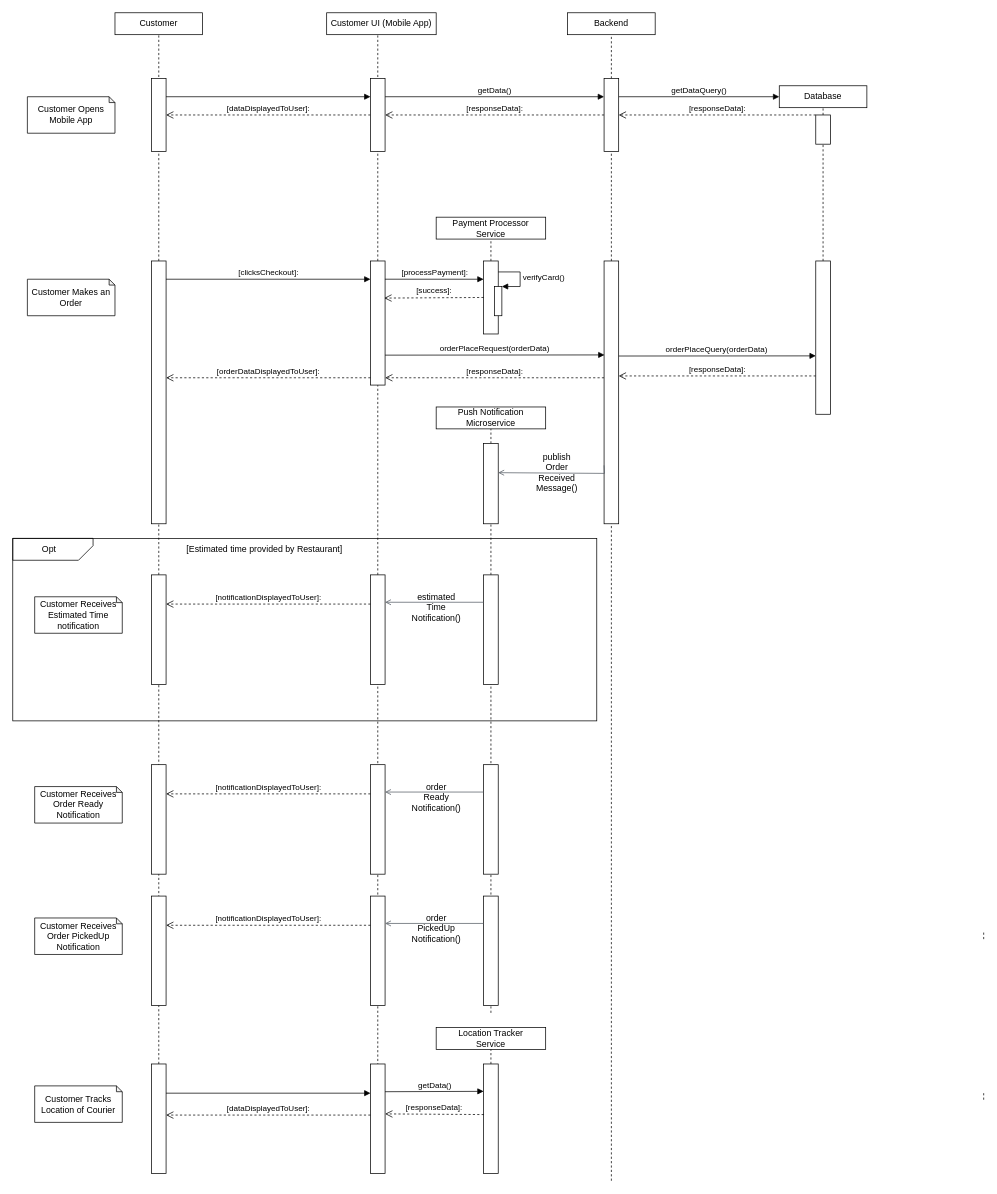
The draw.io diagram CustomerSequenceDiagram.drawio in jahan19011noor/university_project, before the edit. Source tidied: cells renumbered, new cells numbered last; positions are measured from the earlier drawing's top-left corner, leaving out a move shared by most shapes. Both pictures are drawn from the tidied source at 73%, with x=0, y=0 at pixel (12, 12).
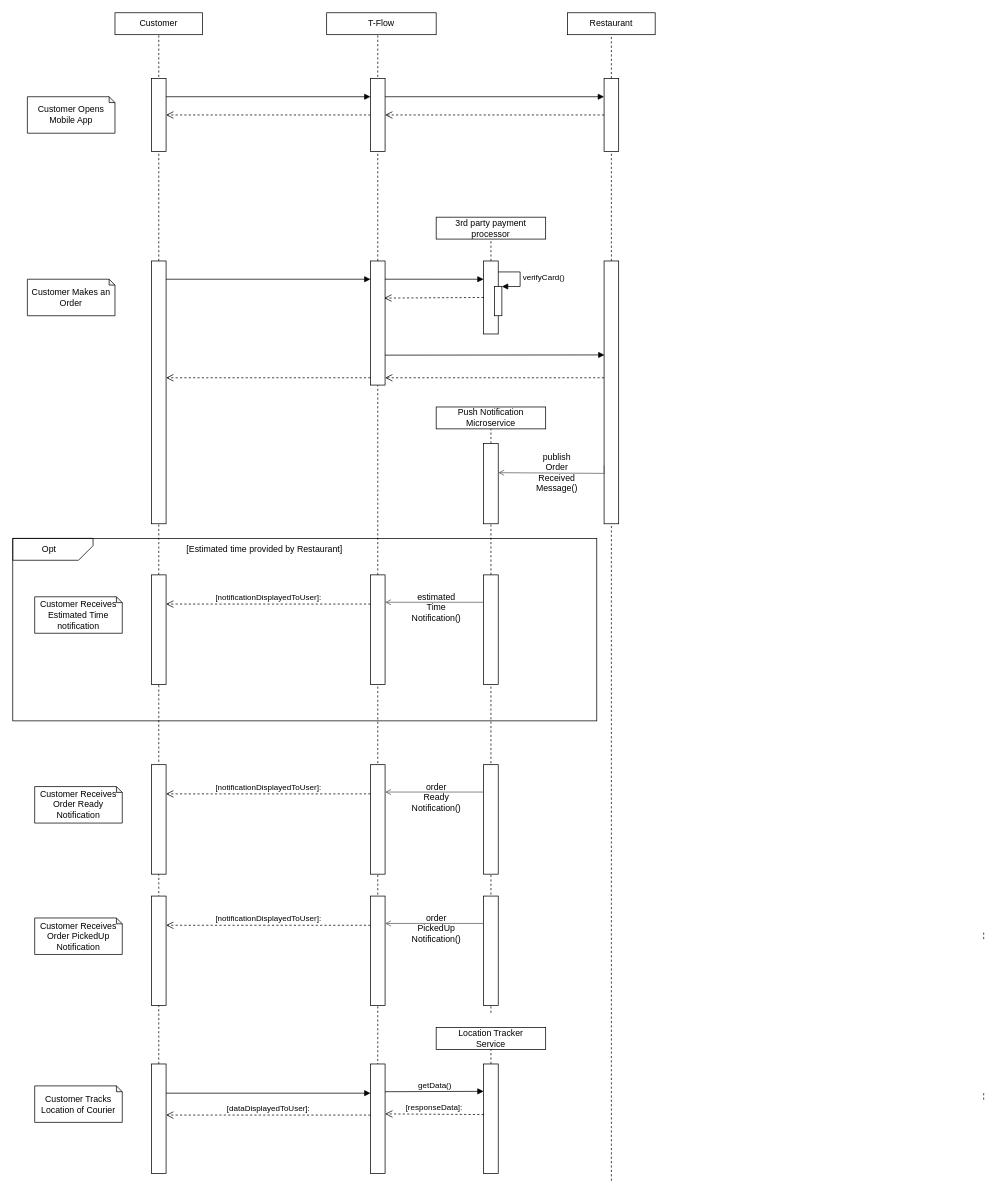
After the change.

The change refers to these unchanged cells:
```xml
<mxCell id="7" style="rounded=0;whiteSpace=wrap;html=1;" parent="1" vertex="1">
  <mxGeometry x="190" y="90" width="20" height="100" as="geometry" />
</mxCell>
<mxCell id="17" style="rounded=0;whiteSpace=wrap;html=1;" parent="1" vertex="1">
  <mxGeometry x="490" y="90" width="20" height="100" as="geometry" />
</mxCell>
<mxCell id="21" style="rounded=0;whiteSpace=wrap;html=1;" parent="1" vertex="1">
  <mxGeometry x="490" y="340" width="20" height="170" as="geometry" />
</mxCell>
<mxCell id="24" style="rounded=0;whiteSpace=wrap;html=1;" parent="1" vertex="1">
  <mxGeometry x="645" y="340" width="20" height="100" as="geometry" />
</mxCell>
<mxCell id="39" style="rounded=0;whiteSpace=wrap;html=1;" parent="1" vertex="1">
  <mxGeometry x="810" y="90" width="20" height="100" as="geometry" />
</mxCell>
```

The edit, as a diff of the source:
```diff
@@
-    <mxCell id="3" value="Customer UI (Mobile App)" style="rounded=0;whiteSpace=wrap;html=1;" parent="1" vertex="1">
+    <mxCell id="3" value="T-Flow" style="rounded=0;whiteSpace=wrap;html=1;" parent="1" vertex="1">
       <mxGeometry x="430" width="150" height="30" as="geometry" />
     </mxCell>
-    <mxCell id="4" value="Backend" style="rounded=0;whiteSpace=wrap;html=1;" parent="1" vertex="1">
+    <mxCell id="4" value="Restaurant" style="rounded=0;whiteSpace=wrap;html=1;" parent="1" vertex="1">
       <mxGeometry x="760" width="120" height="30" as="geometry" />
     </mxCell>
@@
-    <mxCell id="11" value="getData()" style="html=1;verticalAlign=bottom;endArrow=block;rounded=0;entryX=0;entryY=0.25;entryDx=0;entryDy=0;exitX=1;exitY=0.25;exitDx=0;exitDy=0;" parent="1" edge="1" source="17" target="39">
+    <mxCell id="11" style="html=1;verticalAlign=bottom;endArrow=block;rounded=0;entryX=0;entryY=0.25;entryDx=0;entryDy=0;exitX=1;exitY=0.25;exitDx=0;exitDy=0;" parent="1" edge="1" source="17" target="39">
       <mxGeometry relative="1" as="geometry" />
     </mxCell>
-    <mxCell id="12" value="getDataQuery()" style="html=1;verticalAlign=bottom;endArrow=block;rounded=0;entryX=0;entryY=0.5;entryDx=0;entryDy=0;exitX=1;exitY=0.25;exitDx=0;exitDy=0;" parent="1" edge="1" source="39" target="91">
-      <mxGeometry relative="1" as="geometry" />
-    </mxCell>
-    <mxCell id="13" value="[responseData]:" style="html=1;verticalAlign=bottom;endArrow=open;dashed=1;endSize=8;rounded=0;entryX=1;entryY=0.5;entryDx=0;entryDy=0;exitX=0;exitY=0;exitDx=0;exitDy=0;" parent="1" edge="1" source="93" target="39">
-      <mxGeometry relative="1" as="geometry" />
-    </mxCell>
-    <mxCell id="14" value="[responseData]:" style="html=1;verticalAlign=bottom;endArrow=open;dashed=1;endSize=8;rounded=0;exitX=0;exitY=0.5;exitDx=0;exitDy=0;entryX=1;entryY=0.5;entryDx=0;entryDy=0;" parent="1" edge="1" source="39" target="17">
+    <mxCell id="14" style="html=1;verticalAlign=bottom;endArrow=open;dashed=1;endSize=8;rounded=0;exitX=0;exitY=0.5;exitDx=0;exitDy=0;entryX=1;entryY=0.5;entryDx=0;entryDy=0;" parent="1" edge="1" source="39" target="17">
       <mxGeometry relative="1" as="geometry" />
     </mxCell>
-    <mxCell id="15" value="[dataDisplayedToUser]:" style="html=1;verticalAlign=bottom;endArrow=open;dashed=1;endSize=8;rounded=0;exitX=0;exitY=0.5;exitDx=0;exitDy=0;entryX=1;entryY=0.5;entryDx=0;entryDy=0;" parent="1" edge="1" source="17" target="7">
+    <mxCell id="15" style="html=1;verticalAlign=bottom;endArrow=open;dashed=1;endSize=8;rounded=0;exitX=0;exitY=0.5;exitDx=0;exitDy=0;entryX=1;entryY=0.5;entryDx=0;entryDy=0;" parent="1" edge="1" source="17" target="7">
       <mxGeometry relative="1" as="geometry" />
     </mxCell>
@@
-    <mxCell id="19" value="Payment Processor Service" style="rounded=0;whiteSpace=wrap;html=1;" parent="1" vertex="1">
+    <mxCell id="19" value="3rd party payment processor" style="rounded=0;whiteSpace=wrap;html=1;" parent="1" vertex="1">
       <mxGeometry x="580" y="280" width="150" height="30" as="geometry" />
     </mxCell>
@@
-    <mxCell id="23" value="[clicksCheckout]:" style="html=1;verticalAlign=bottom;endArrow=block;rounded=0;exitX=0.982;exitY=0.147;exitDx=0;exitDy=0;exitPerimeter=0;" parent="1" edge="1">
+    <mxCell id="23" style="html=1;verticalAlign=bottom;endArrow=block;rounded=0;exitX=0.982;exitY=0.147;exitDx=0;exitDy=0;exitPerimeter=0;" parent="1" edge="1">
       <mxGeometry relative="1" as="geometry">
         <mxPoint x="209.6" y="365" as="sourcePoint" />
         <mxPoint x="490" y="365" as="targetPoint" />
       </mxGeometry>
     </mxCell>
@@
-    <mxCell id="25" value="[processPayment]:" style="html=1;verticalAlign=bottom;endArrow=block;rounded=0;exitX=0.991;exitY=0.147;exitDx=0;exitDy=0;entryX=0;entryY=0.25;entryDx=0;entryDy=0;exitPerimeter=0;" parent="1" edge="1" source="21" target="24">
+    <mxCell id="25" style="html=1;verticalAlign=bottom;endArrow=block;rounded=0;exitX=0.991;exitY=0.147;exitDx=0;exitDy=0;entryX=0;entryY=0.25;entryDx=0;entryDy=0;exitPerimeter=0;" parent="1" edge="1" source="21" target="24">
       <mxGeometry relative="1" as="geometry" />
     </mxCell>
@@
-    <mxCell id="28" value="[success]:" style="html=1;verticalAlign=bottom;endArrow=open;dashed=1;endSize=8;rounded=0;exitX=0;exitY=0.5;exitDx=0;exitDy=0;entryX=0.941;entryY=0.299;entryDx=0;entryDy=0;entryPerimeter=0;" parent="1" edge="1" source="24" target="21">
+    <mxCell id="28" style="html=1;verticalAlign=bottom;endArrow=open;dashed=1;endSize=8;rounded=0;exitX=0;exitY=0.5;exitDx=0;exitDy=0;entryX=0.941;entryY=0.299;entryDx=0;entryDy=0;entryPerimeter=0;" parent="1" edge="1" source="24" target="21">
       <mxGeometry relative="1" as="geometry" />
     </mxCell>
-    <mxCell id="29" value="orderPlaceRequest(orderData)" style="html=1;verticalAlign=bottom;endArrow=block;rounded=0;entryX=0.032;entryY=0.613;entryDx=0;entryDy=0;entryPerimeter=0;" parent="1" edge="1">
+    <mxCell id="29" style="html=1;verticalAlign=bottom;endArrow=block;rounded=0;entryX=0.032;entryY=0.613;entryDx=0;entryDy=0;entryPerimeter=0;" parent="1" edge="1">
       <mxGeometry relative="1" as="geometry">
         <mxPoint x="510" y="469" as="sourcePoint" />
         <mxPoint x="810.6" y="468.7" as="targetPoint" />
       </mxGeometry>
     </mxCell>
@@
-    <mxCell id="32" value="orderPlaceQuery(orderData)" style="html=1;verticalAlign=bottom;endArrow=block;rounded=0;entryX=0;entryY=0.619;entryDx=0;entryDy=0;entryPerimeter=0;exitX=0.977;exitY=0.62;exitDx=0;exitDy=0;exitPerimeter=0;" parent="1" edge="1" target="95">
-      <mxGeometry relative="1" as="geometry">
-        <mxPoint x="829.5" y="470.2" as="sourcePoint" />
-      </mxGeometry>
-    </mxCell>
-    <mxCell id="33" value="[responseData]:" style="html=1;verticalAlign=bottom;endArrow=open;dashed=1;endSize=8;rounded=0;exitX=0;exitY=0.75;exitDx=0;exitDy=0;entryX=1;entryY=0.75;entryDx=0;entryDy=0;" parent="1" edge="1" source="95">
-      <mxGeometry relative="1" as="geometry">
-        <mxPoint x="830" y="497.5" as="targetPoint" />
-      </mxGeometry>
-    </mxCell>
-    <mxCell id="34" value="[responseData]:" style="html=1;verticalAlign=bottom;endArrow=open;dashed=1;endSize=8;rounded=0;exitX=0;exitY=0.5;exitDx=0;exitDy=0;entryX=1;entryY=0.5;entryDx=0;entryDy=0;" parent="1" edge="1">
+    <mxCell id="34" style="html=1;verticalAlign=bottom;endArrow=open;dashed=1;endSize=8;rounded=0;exitX=0;exitY=0.5;exitDx=0;exitDy=0;entryX=1;entryY=0.5;entryDx=0;entryDy=0;" parent="1" edge="1">
       <mxGeometry relative="1" as="geometry">
         <mxPoint x="810" y="500" as="sourcePoint" />
         <mxPoint x="510" y="500" as="targetPoint" />
       </mxGeometry>
     </mxCell>
-    <mxCell id="35" value="[orderDataDisplayedToUser]:" style="html=1;verticalAlign=bottom;endArrow=open;dashed=1;endSize=8;rounded=0;exitX=0;exitY=0.5;exitDx=0;exitDy=0;entryX=1;entryY=0.5;entryDx=0;entryDy=0;" parent="1" edge="1">
+    <mxCell id="35" style="html=1;verticalAlign=bottom;endArrow=open;dashed=1;endSize=8;rounded=0;exitX=0;exitY=0.5;exitDx=0;exitDy=0;entryX=1;entryY=0.5;entryDx=0;entryDy=0;" parent="1" edge="1">
       <mxGeometry relative="1" as="geometry">
         <mxPoint x="490" y="500" as="sourcePoint" />
         <mxPoint x="210" y="500" as="targetPoint" />
       </mxGeometry>
     </mxCell>
@@
-    <mxCell id="90" style="group;" parent="1" vertex="1">
-      <mxGeometry x="1050" y="100" width="120" height="450" as="geometry" />
-    </mxCell>
-    <mxCell id="91" value="Database" style="rounded=0;whiteSpace=wrap;html=1;" parent="90" vertex="1">
-      <mxGeometry width="120" height="30" as="geometry" />
-    </mxCell>
-    <mxCell id="92" style="endArrow=none;dashed=1;html=1;rounded=0;entryX=0.5;entryY=1;entryDx=0;entryDy=0;startArrow=none;" parent="90" edge="1" source="93" target="91">
-      <mxGeometry relative="1" as="geometry" />
-    </mxCell>
-    <mxCell id="93" style="rounded=0;whiteSpace=wrap;html=1;" parent="90" vertex="1">
-      <mxGeometry x="50" y="40" width="20" height="40" as="geometry" />
-    </mxCell>
-    <mxCell id="94" style="endArrow=none;dashed=1;html=1;rounded=0;entryX=0.5;entryY=1;entryDx=0;entryDy=0;startArrow=none;" parent="90" edge="1" source="95">
-      <mxGeometry relative="1" as="geometry">
-        <mxPoint x="60" y="80" as="targetPoint" />
-      </mxGeometry>
-    </mxCell>
-    <mxCell id="95" style="rounded=0;whiteSpace=wrap;html=1;" parent="90" vertex="1">
-      <mxGeometry x="50" y="240" width="20" height="210" as="geometry" />
-    </mxCell>
```
